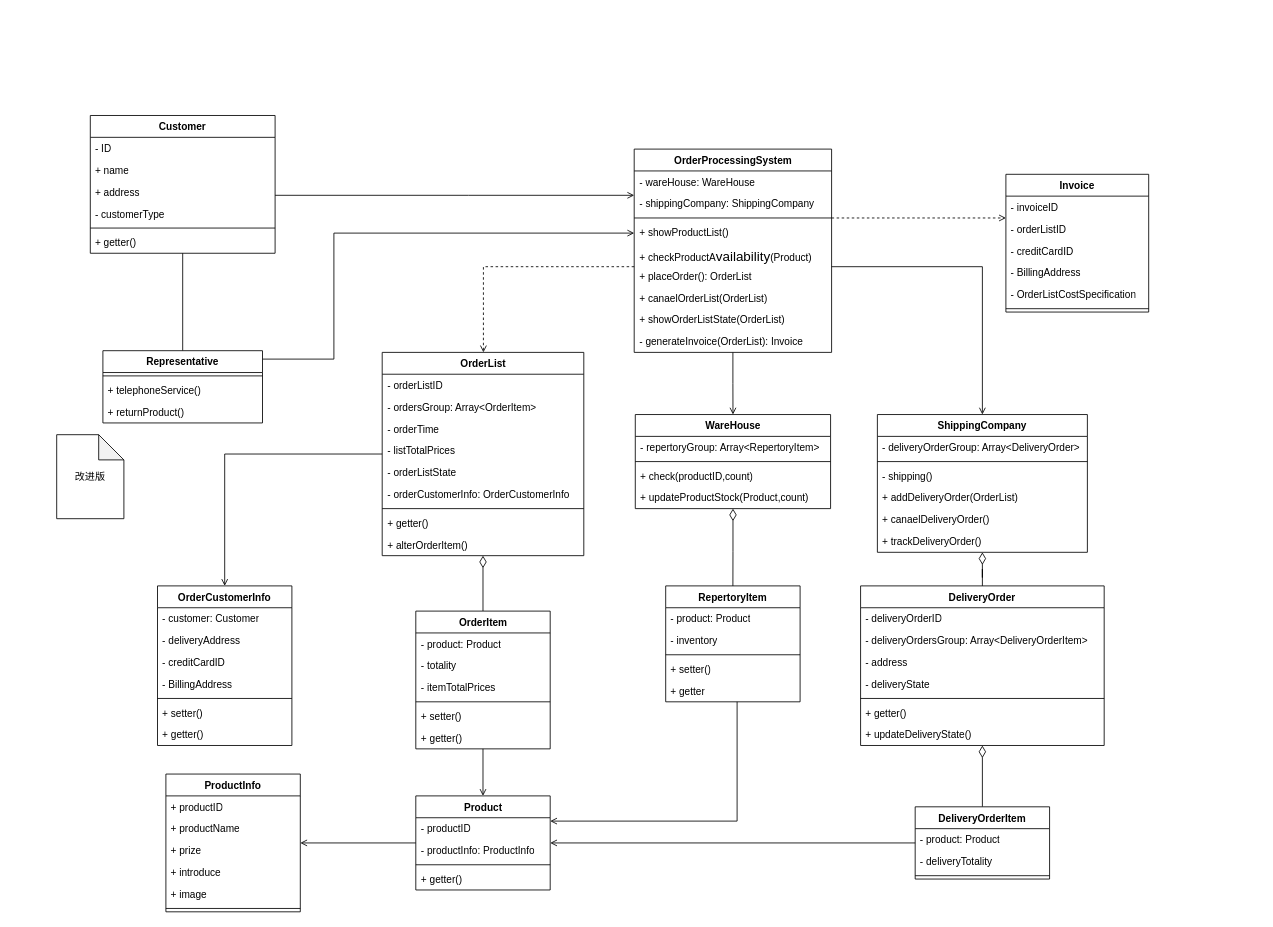
Above: orders/orders_Class_improved.drawio in yayaer123/drawio_demo (draw.io), before the change. Source tidied: cells renumbered, new cells numbered last; positions are measured from the earlier drawing's top-left corner, leaving out a move shared by most shapes. Both pictures are drawn from the tidied source at 84%, with x=0, y=0 at pixel (56, 115).
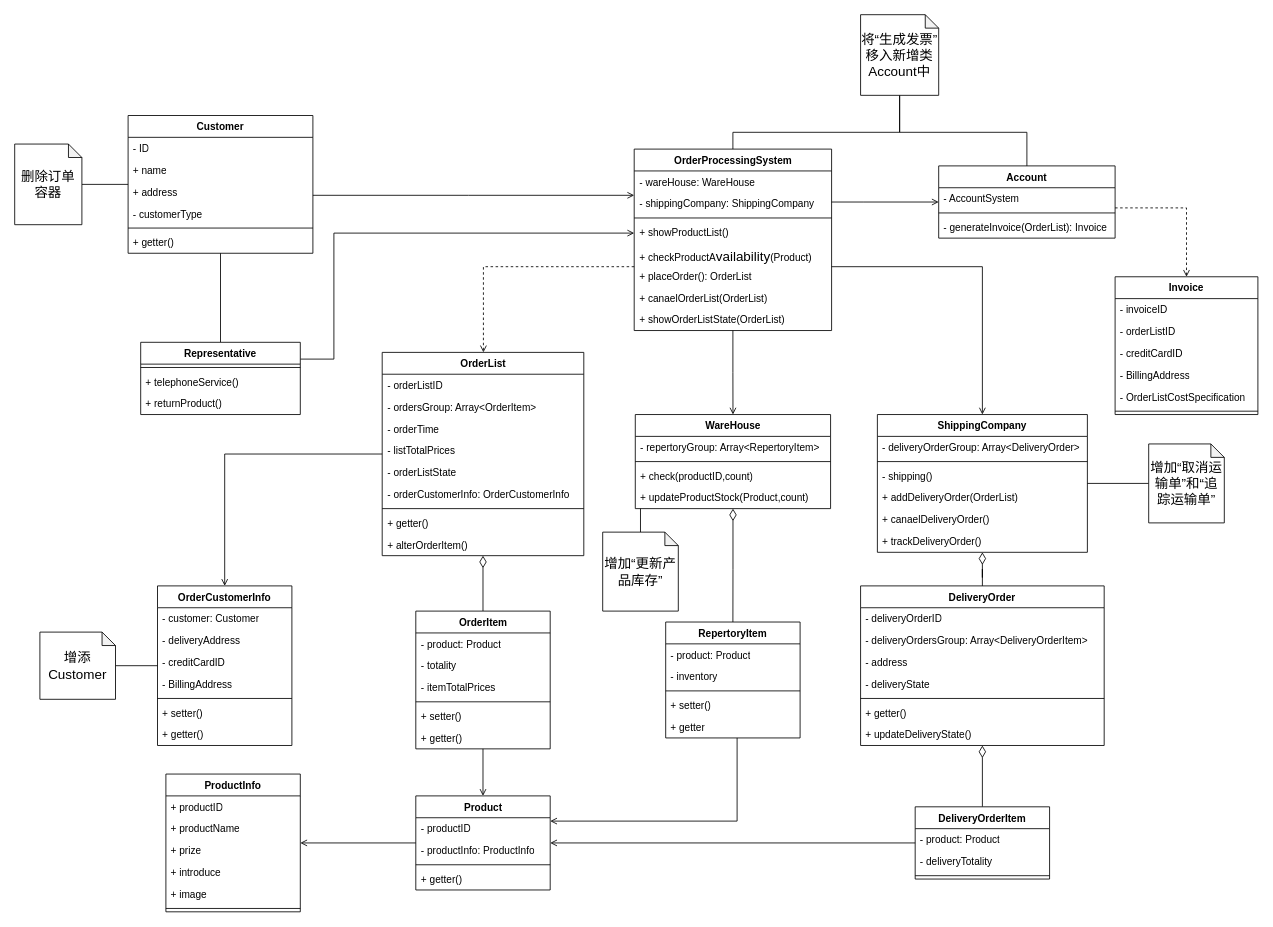
After the change.

Unchanged cells that the change refers to:
```xml
<mxCell id="49" value="&lt;span style=&quot;text-align: left;&quot;&gt;OrderCustomerInfo&lt;/span&gt;" style="swimlane;fontStyle=1;align=center;verticalAlign=top;horizontal=1;startSize=26;whiteSpace=wrap;html=1;" parent="1" vertex="1">
  <mxGeometry x="120" y="560" width="160" height="190" as="geometry" />
</mxCell>
<mxCell id="58" value="WareHouse" style="swimlane;fontStyle=1;align=center;verticalAlign=top;horizontal=1;startSize=26;whiteSpace=wrap;html=1;" parent="1" vertex="1">
  <mxGeometry x="688.8" y="356" width="232.5" height="112" as="geometry" />
</mxCell>
<mxCell id="92" value="ShippingCompany" style="swimlane;fontStyle=1;align=center;verticalAlign=top;horizontal=1;startSize=26;whiteSpace=wrap;html=1;" parent="1" vertex="1">
  <mxGeometry x="977" y="356" width="250" height="164" as="geometry" />
</mxCell>
```

The edit, as a diff of the source:
```diff
@@
     <mxCell id="4" value="Customer" style="swimlane;fontStyle=1;align=center;verticalAlign=top;horizontal=1;startSize=26;whiteSpace=wrap;html=1;" parent="1" vertex="1">
-      <mxGeometry x="40" width="220" height="164" as="geometry" />
+      <mxGeometry x="85" width="220" height="164" as="geometry" />
     </mxCell>
@@
     <mxCell id="12" value="Representative" style="swimlane;fontStyle=1;align=center;verticalAlign=top;horizontal=1;startSize=26;whiteSpace=wrap;html=1;" parent="1" vertex="1">
-      <mxGeometry x="55" y="280" width="190" height="86" as="geometry" />
+      <mxGeometry x="100" y="270" width="190" height="86" as="geometry" />
     </mxCell>
@@
     <mxCell id="64" value="RepertoryItem" style="swimlane;fontStyle=1;align=center;verticalAlign=top;horizontal=1;startSize=26;whiteSpace=wrap;html=1;" parent="1" vertex="1">
-      <mxGeometry x="725" y="560" width="160" height="138" as="geometry" />
+      <mxGeometry x="725" y="603" width="160" height="138" as="geometry" />
     </mxCell>
@@
     <mxCell id="84" value="Invoice" style="swimlane;fontStyle=1;align=center;verticalAlign=top;horizontal=1;startSize=26;whiteSpace=wrap;html=1;" parent="1" vertex="1">
-      <mxGeometry x="1130" y="70" width="170" height="164" as="geometry" />
+      <mxGeometry x="1260" y="192" width="170" height="164" as="geometry" />
     </mxCell>
@@
-    <mxCell id="102" style="edgeStyle=orthogonalEdgeStyle;rounded=0;jettySize=auto;html=1;endArrow=open;endFill=0;dashed=1;" parent="1" edge="1" source="103" target="84">
-      <mxGeometry relative="1" as="geometry">
-        <Array as="points">
-          <mxPoint x="980" y="122" />
-          <mxPoint x="980" y="122" />
-        </Array>
-      </mxGeometry>
-    </mxCell>
+    <mxCell id="114" style="edgeStyle=orthogonalEdgeStyle;rounded=0;jettySize=auto;html=1;endArrow=open;endFill=0;" parent="1" edge="1" source="103" target="124">
+      <mxGeometry relative="1" as="geometry">
+        <Array as="points">
+          <mxPoint x="960" y="103" />
+          <mxPoint x="960" y="103" />
+        </Array>
+      </mxGeometry>
+    </mxCell>
     <mxCell id="103" value="OrderProcessingSystem" style="swimlane;fontStyle=1;align=center;verticalAlign=top;horizontal=1;startSize=26;whiteSpace=wrap;html=1;" parent="1" vertex="1">
-      <mxGeometry x="687.5" y="40" width="235" height="242" as="geometry" />
+      <mxGeometry x="687.5" y="40" width="235" height="216" as="geometry" />
     </mxCell>
@@
+    <mxCell id="115" style="edgeStyle=orthogonalEdgeStyle;rounded=0;jettySize=auto;html=1;endArrow=none;endFill=0;" parent="1" edge="1" source="116" target="49">
+      <mxGeometry relative="1" as="geometry" />
+    </mxCell>
+    <mxCell id="116" value="增添Customer" style="shape=note;whiteSpace=wrap;html=1;backgroundOutline=1;darkOpacity=0.05;size=16;fontSize=16;" parent="1" vertex="1">
+      <mxGeometry x="-20" y="615" width="90" height="80" as="geometry" />
+    </mxCell>
+    <mxCell id="117" style="edgeStyle=orthogonalEdgeStyle;rounded=0;jettySize=auto;html=1;strokeColor=default;align=center;verticalAlign=middle;fontFamily=Helvetica;fontSize=11;fontColor=default;labelBackgroundColor=default;endArrow=none;endFill=0;" parent="1" edge="1" source="118" target="92">
+      <mxGeometry relative="1" as="geometry" />
+    </mxCell>
+    <mxCell id="118" value="增加“取消运输单”和“追踪运输单”" style="shape=note;whiteSpace=wrap;html=1;backgroundOutline=1;darkOpacity=0.05;size=16;fontSize=16;" parent="1" vertex="1">
+      <mxGeometry x="1300" y="391" width="90" height="94" as="geometry" />
+    </mxCell>
+    <mxCell id="119" style="edgeStyle=orthogonalEdgeStyle;rounded=0;jettySize=auto;html=1;endArrow=none;endFill=0;" parent="1" edge="1" source="120" target="58">
+      <mxGeometry relative="1" as="geometry">
+        <Array as="points">
+          <mxPoint x="655" y="509" />
+          <mxPoint x="720" y="509" />
+        </Array>
+      </mxGeometry>
+    </mxCell>
+    <mxCell id="120" value="增加“更新产品库存”" style="shape=note;whiteSpace=wrap;html=1;backgroundOutline=1;darkOpacity=0.05;size=16;fontSize=16;" parent="1" vertex="1">
+      <mxGeometry x="650" y="496" width="90" height="94" as="geometry" />
+    </mxCell>
+    <mxCell id="121" style="edgeStyle=orthogonalEdgeStyle;rounded=0;jettySize=auto;html=1;endArrow=none;endFill=0;" parent="1" edge="1" source="122" target="4">
+      <mxGeometry relative="1" as="geometry" />
+    </mxCell>
+    <mxCell id="122" value="删除订单容器" style="shape=note;whiteSpace=wrap;html=1;backgroundOutline=1;darkOpacity=0.05;size=16;fontSize=16;" parent="1" vertex="1">
+      <mxGeometry x="-50" y="34" width="80" height="96" as="geometry" />
+    </mxCell>
+    <mxCell id="123" style="edgeStyle=orthogonalEdgeStyle;rounded=0;jettySize=auto;html=1;endArrow=open;endFill=0;dashed=1;" parent="1" edge="1" source="124" target="84">
+      <mxGeometry relative="1" as="geometry">
+        <Array as="points">
+          <mxPoint x="1345" y="110" />
+        </Array>
+      </mxGeometry>
+    </mxCell>
+    <mxCell id="124" value="Account" style="swimlane;fontStyle=1;align=center;verticalAlign=top;horizontal=1;startSize=26;whiteSpace=wrap;html=1;" parent="1" vertex="1">
+      <mxGeometry x="1050" y="60" width="210" height="86" as="geometry" />
+    </mxCell>
+    <mxCell id="125" value="- AccountSystem" style="text;strokeColor=none;fillColor=none;align=left;verticalAlign=top;spacingLeft=4;spacingRight=4;overflow=hidden;whiteSpace=wrap;html=1;" parent="124" vertex="1">
+      <mxGeometry y="26" width="210" height="26" as="geometry" />
+    </mxCell>
+    <mxCell id="126" style="line;strokeWidth=1;fillColor=none;align=left;verticalAlign=middle;spacingTop=-1;spacingLeft=3;spacingRight=3;labelPosition=right;strokeColor=inherit;" parent="124" vertex="1">
+      <mxGeometry y="52" width="210" height="8" as="geometry" />
+    </mxCell>
-    <mxCell id="112" value="- generateInvoice(OrderList): Invoice" style="text;strokeColor=none;fillColor=none;align=left;verticalAlign=top;spacingLeft=4;spacingRight=4;overflow=hidden;whiteSpace=wrap;html=1;" parent="103" vertex="1">
-      <mxGeometry y="216" width="235" height="26" as="geometry" />
+    <mxCell id="112" value="- generateInvoice(OrderList): Invoice" style="text;strokeColor=none;fillColor=none;align=left;verticalAlign=top;spacingLeft=4;spacingRight=4;overflow=hidden;whiteSpace=wrap;html=1;" parent="124" vertex="1">
+      <mxGeometry y="60" width="210" height="26" as="geometry" />
     </mxCell>
-    <mxCell id="113" value="改进版" style="shape=note;whiteSpace=wrap;html=1;backgroundOutline=1;darkOpacity=0.05;" parent="1" vertex="1">
-      <mxGeometry y="380" width="80" height="100" as="geometry" />
-    </mxCell>
+    <mxCell id="127" style="edgeStyle=orthogonalEdgeStyle;rounded=0;jettySize=auto;html=1;endArrow=none;endFill=0;" parent="1" edge="1" source="129" target="103">
+      <mxGeometry relative="1" as="geometry">
+        <Array as="points">
+          <mxPoint x="805" y="20" />
+        </Array>
+      </mxGeometry>
+    </mxCell>
+    <mxCell id="128" style="edgeStyle=orthogonalEdgeStyle;rounded=0;jettySize=auto;html=1;endArrow=none;endFill=0;" parent="1" edge="1" source="129" target="124">
+      <mxGeometry relative="1" as="geometry">
+        <Array as="points">
+          <mxPoint x="1004" y="20" />
+          <mxPoint x="1155" y="20" />
+        </Array>
+      </mxGeometry>
+    </mxCell>
+    <mxCell id="129" value="将“生成发票”移入新增类Account中" style="shape=note;whiteSpace=wrap;html=1;backgroundOutline=1;darkOpacity=0.05;size=16;fontSize=16;" parent="1" vertex="1">
+      <mxGeometry x="957" y="-120" width="93" height="96" as="geometry" />
+    </mxCell>
```
